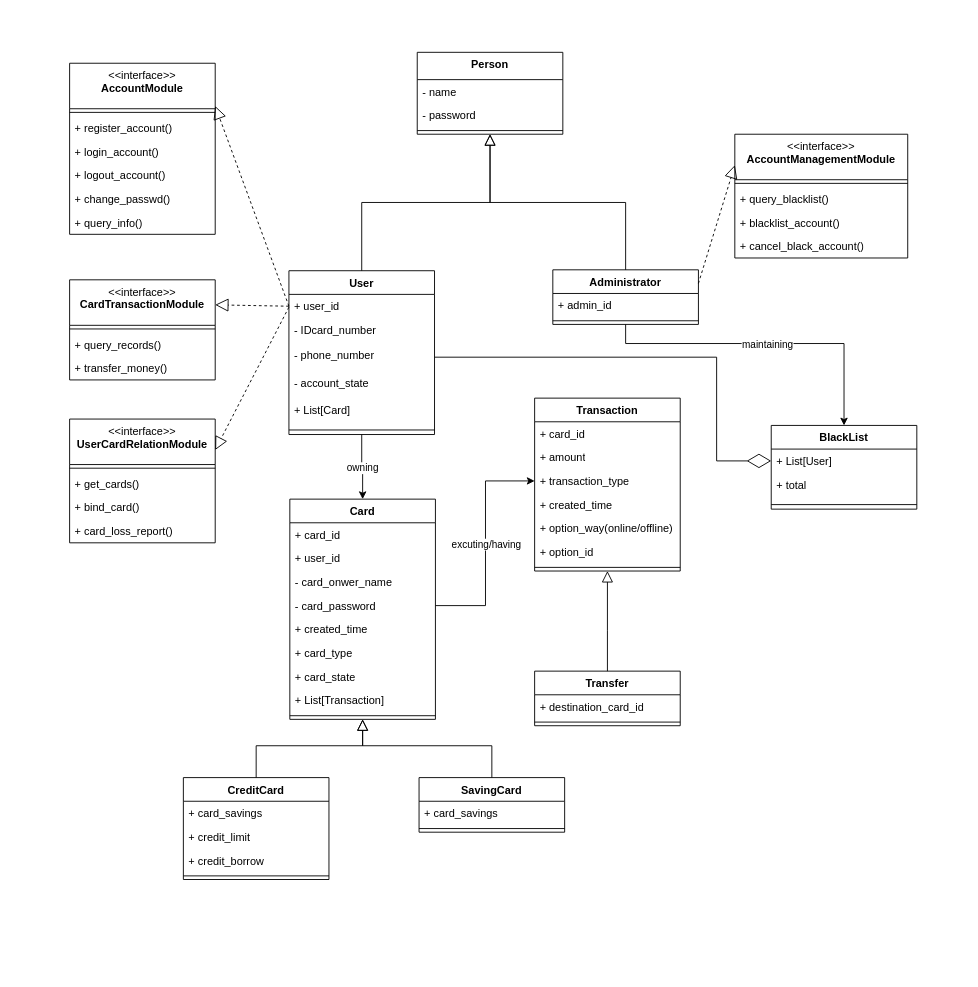
The draw.io diagram .drawio in LeChatelier-Lenz/Impel-Down, before the edit. Source tidied: cells renumbered, new cells numbered last; positions are measured from the earlier drawing's top-left corner, leaving out a move shared by most shapes. Both pictures are drawn from the tidied source at 91%, with x=0, y=0 at pixel (69, 52).
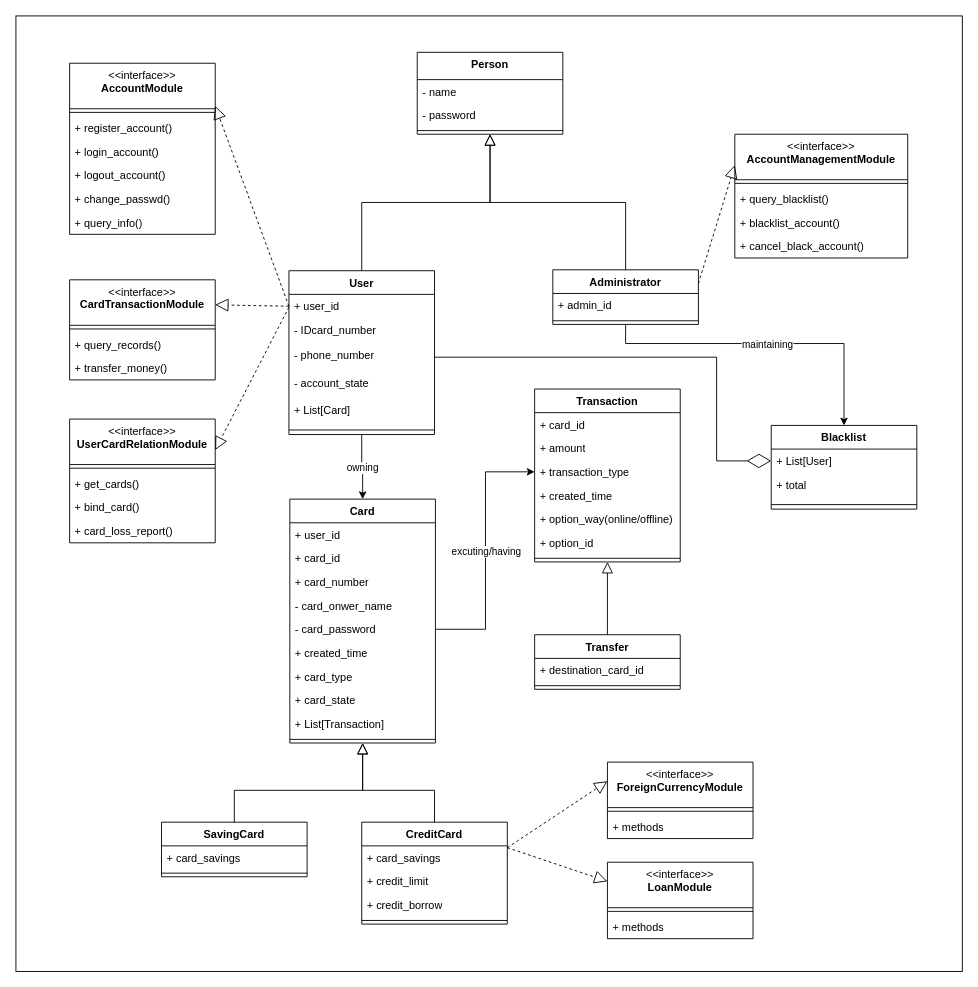
After the change.

Change to the diagram source:
```diff
@@
+    <mxCell id="86" style="rounded=0;whiteSpace=wrap;html=1;" parent="1" vertex="1">
+      <mxGeometry x="-59" y="-40" width="1040" height="1050" as="geometry" />
+    </mxCell>
@@
     <mxCell id="18" value="Card" style="swimlane;fontStyle=1;align=center;verticalAlign=top;horizontal=1;startSize=26;whiteSpace=wrap;html=1;" parent="1" vertex="1">
-      <mxGeometry x="242" y="491" width="160" height="242" as="geometry" />
+      <mxGeometry x="242" y="491" width="160" height="268" as="geometry" />
     </mxCell>
+    <mxCell id="20" value="+ user_id" style="text;strokeColor=none;fillColor=none;align=left;verticalAlign=top;spacingLeft=4;spacingRight=4;overflow=hidden;whiteSpace=wrap;html=1;" parent="18" vertex="1">
+      <mxGeometry y="26" width="160" height="26" as="geometry" />
+    </mxCell>
     <mxCell id="19" value="+ card_id" style="text;strokeColor=none;fillColor=none;align=left;verticalAlign=top;spacingLeft=4;spacingRight=4;overflow=hidden;whiteSpace=wrap;html=1;" parent="18" vertex="1">
-      <mxGeometry y="26" width="160" height="26" as="geometry" />
+      <mxGeometry y="52" width="160" height="26" as="geometry" />
     </mxCell>
-    <mxCell id="20" value="+ user_id" style="text;strokeColor=none;fillColor=none;align=left;verticalAlign=top;spacingLeft=4;spacingRight=4;overflow=hidden;whiteSpace=wrap;html=1;" parent="18" vertex="1">
-      <mxGeometry y="52" width="160" height="26" as="geometry" />
-    </mxCell>
+    <mxCell id="87" value="+ card_number" style="text;strokeColor=none;fillColor=none;align=left;verticalAlign=top;spacingLeft=4;spacingRight=4;overflow=hidden;whiteSpace=wrap;html=1;" parent="18" vertex="1">
+      <mxGeometry y="78" width="160" height="26" as="geometry" />
+    </mxCell>
     <mxCell id="21" value="- card_onwer_name" style="text;strokeColor=none;fillColor=none;align=left;verticalAlign=top;spacingLeft=4;spacingRight=4;overflow=hidden;whiteSpace=wrap;html=1;" parent="18" vertex="1">
-      <mxGeometry y="78" width="160" height="26" as="geometry" />
+      <mxGeometry y="104" width="160" height="26" as="geometry" />
     </mxCell>
     <mxCell id="22" value="- card_password" style="text;strokeColor=none;fillColor=none;align=left;verticalAlign=top;spacingLeft=4;spacingRight=4;overflow=hidden;points=[[0,0.5],[1,0.5]];portConstraint=eastwest;whiteSpace=wrap;html=1;" parent="18" vertex="1">
-      <mxGeometry y="104" width="160" height="26" as="geometry" />
+      <mxGeometry y="130" width="160" height="26" as="geometry" />
     </mxCell>
     <mxCell id="23" value="+ created_time" style="text;strokeColor=none;fillColor=none;align=left;verticalAlign=top;spacingLeft=4;spacingRight=4;overflow=hidden;whiteSpace=wrap;html=1;" parent="18" vertex="1">
-      <mxGeometry y="130" width="160" height="26" as="geometry" />
+      <mxGeometry y="156" width="160" height="26" as="geometry" />
     </mxCell>
     <mxCell id="24" value="+ card_type" style="text;strokeColor=none;fillColor=none;align=left;verticalAlign=top;spacingLeft=4;spacingRight=4;overflow=hidden;whiteSpace=wrap;html=1;" parent="18" vertex="1">
-      <mxGeometry y="156" width="160" height="26" as="geometry" />
+      <mxGeometry y="182" width="160" height="26" as="geometry" />
     </mxCell>
     <mxCell id="25" value="+ card_state" style="text;strokeColor=none;fillColor=none;align=left;verticalAlign=top;spacingLeft=4;spacingRight=4;overflow=hidden;whiteSpace=wrap;html=1;" parent="18" vertex="1">
-      <mxGeometry y="182" width="160" height="26" as="geometry" />
+      <mxGeometry y="208" width="160" height="26" as="geometry" />
     </mxCell>
     <mxCell id="26" value="+ List[Transaction]" style="text;strokeColor=none;fillColor=none;align=left;verticalAlign=top;spacingLeft=4;spacingRight=4;overflow=hidden;whiteSpace=wrap;html=1;" parent="18" vertex="1">
-      <mxGeometry y="208" width="160" height="26" as="geometry" />
+      <mxGeometry y="234" width="160" height="26" as="geometry" />
     </mxCell>
     <mxCell id="27" style="line;strokeWidth=1;fillColor=none;align=left;verticalAlign=middle;spacingTop=-1;spacingLeft=3;spacingRight=3;labelPosition=right;strokeColor=inherit;" parent="18" vertex="1">
-      <mxGeometry y="234" width="160" height="8" as="geometry" />
+      <mxGeometry y="260" width="160" height="8" as="geometry" />
     </mxCell>
     <mxCell id="28" value="CreditCard" style="swimlane;fontStyle=1;align=center;verticalAlign=top;horizontal=1;startSize=26;whiteSpace=wrap;html=1;" parent="1" vertex="1">
-      <mxGeometry x="125" y="797" width="160" height="112" as="geometry" />
+      <mxGeometry x="321" y="846" width="160" height="112" as="geometry" />
     </mxCell>
@@
     <mxCell id="33" style="endArrow=block;endSize=10;endFill=0;shadow=0;strokeWidth=1;rounded=0;curved=0;edgeStyle=elbowEdgeStyle;elbow=vertical;exitX=0.5;exitY=0;exitDx=0;exitDy=0;entryX=0.5;entryY=1;entryDx=0;entryDy=0;" parent="1" edge="1" source="28" target="18">
       <mxGeometry relative="1" as="geometry">
         <Array as="points">
-          <mxPoint x="392" y="762" />
+          <mxPoint x="392" y="811" />
         </Array>
       </mxGeometry>
     </mxCell>
     <mxCell id="34" value="SavingCard" style="swimlane;fontStyle=1;align=center;verticalAlign=top;horizontal=1;startSize=26;whiteSpace=wrap;html=1;" parent="1" vertex="1">
-      <mxGeometry x="384" y="797" width="160" height="60" as="geometry" />
+      <mxGeometry x="101" y="846" width="160" height="60" as="geometry" />
     </mxCell>
@@
     <mxCell id="37" style="endArrow=block;endSize=10;endFill=0;shadow=0;strokeWidth=1;rounded=0;curved=0;edgeStyle=elbowEdgeStyle;elbow=vertical;entryX=0.5;entryY=1;entryDx=0;entryDy=0;exitX=0.5;exitY=0;exitDx=0;exitDy=0;" parent="1" edge="1" source="34" target="18">
       <mxGeometry relative="1" as="geometry">
         <Array as="points">
-          <mxPoint x="392" y="762" />
+          <mxPoint x="392" y="811" />
         </Array>
       </mxGeometry>
     </mxCell>
@@
     <mxCell id="52" value="&lt;span style=&quot;&quot;&gt;&lt;b&gt;Transaction&lt;/b&gt;&lt;/span&gt;" style="swimlane;fontStyle=0;align=center;verticalAlign=top;horizontal=1;startSize=26;whiteSpace=wrap;html=1;" parent="1" vertex="1">
-      <mxGeometry x="511" y="380" width="160" height="190" as="geometry" />
+      <mxGeometry x="511" y="370" width="160" height="190" as="geometry" />
     </mxCell>
@@
     <mxCell id="63" value="Transfer" style="swimlane;fontStyle=1;align=center;verticalAlign=top;horizontal=1;startSize=26;whiteSpace=wrap;html=1;" parent="1" vertex="1">
-      <mxGeometry x="511" y="680" width="160" height="60" as="geometry" />
+      <mxGeometry x="511" y="640" width="160" height="60" as="geometry" />
     </mxCell>
@@
-    <mxCell id="73" value="BlackList" style="swimlane;fontStyle=1;align=center;verticalAlign=top;horizontal=1;startSize=26;rounded=0;shadow=0;strokeWidth=1;" parent="1" vertex="1">
+    <mxCell id="73" value="Blacklist" style="swimlane;fontStyle=1;align=center;verticalAlign=top;horizontal=1;startSize=26;rounded=0;shadow=0;strokeWidth=1;" parent="1" vertex="1">
       <mxGeometry x="771" y="410" width="160" height="92" as="geometry" />
     </mxCell>
@@
+    <mxCell id="88" value="&lt;div&gt;&lt;span style=&quot;font-weight: normal;&quot;&gt;&amp;lt;&amp;lt;interface&amp;gt;&amp;gt;&lt;/span&gt;&lt;/div&gt;ForeignCurrencyModule" style="swimlane;fontStyle=1;align=center;verticalAlign=top;horizontal=1;startSize=50;whiteSpace=wrap;html=1;" parent="1" vertex="1">
+      <mxGeometry x="591" y="780" width="160" height="84" as="geometry" />
+    </mxCell>
+    <mxCell id="89" style="line;strokeWidth=1;fillColor=none;align=left;verticalAlign=middle;spacingTop=-1;spacingLeft=3;spacingRight=3;labelPosition=right;strokeColor=inherit;" parent="88" vertex="1">
+      <mxGeometry y="50" width="160" height="8" as="geometry" />
+    </mxCell>
+    <mxCell id="90" value="+ methods" style="text;strokeColor=none;fillColor=none;align=left;verticalAlign=top;spacingLeft=4;spacingRight=4;overflow=hidden;whiteSpace=wrap;html=1;" parent="88" vertex="1">
+      <mxGeometry y="58" width="160" height="26" as="geometry" />
+    </mxCell>
+    <mxCell id="91" value="&lt;div&gt;&lt;span style=&quot;font-weight: normal;&quot;&gt;&amp;lt;&amp;lt;interface&amp;gt;&amp;gt;&lt;/span&gt;&lt;/div&gt;LoanModule" style="swimlane;fontStyle=1;align=center;verticalAlign=top;horizontal=1;startSize=50;whiteSpace=wrap;html=1;" parent="1" vertex="1">
+      <mxGeometry x="591" y="890" width="160" height="84" as="geometry" />
+    </mxCell>
+    <mxCell id="92" style="line;strokeWidth=1;fillColor=none;align=left;verticalAlign=middle;spacingTop=-1;spacingLeft=3;spacingRight=3;labelPosition=right;strokeColor=inherit;" parent="91" vertex="1">
+      <mxGeometry y="50" width="160" height="8" as="geometry" />
+    </mxCell>
+    <mxCell id="93" value="+ methods&lt;div&gt;&lt;br&gt;&lt;/div&gt;" style="text;strokeColor=none;fillColor=none;align=left;verticalAlign=top;spacingLeft=4;spacingRight=4;overflow=hidden;whiteSpace=wrap;html=1;" parent="91" vertex="1">
+      <mxGeometry y="58" width="160" height="26" as="geometry" />
+    </mxCell>
+    <mxCell id="94" style="endArrow=block;dashed=1;endFill=0;endSize=12;html=1;rounded=0;exitX=1;exitY=0.25;exitDx=0;exitDy=0;entryX=0;entryY=0.25;entryDx=0;entryDy=0;" parent="1" edge="1" source="28" target="88">
+      <mxGeometry relative="1" as="geometry" />
+    </mxCell>
+    <mxCell id="95" style="endArrow=block;dashed=1;endFill=0;endSize=12;html=1;rounded=0;exitX=1;exitY=0.25;exitDx=0;exitDy=0;entryX=0;entryY=0.25;entryDx=0;entryDy=0;" parent="1" edge="1" source="28" target="91">
+      <mxGeometry relative="1" as="geometry" />
+    </mxCell>
```
